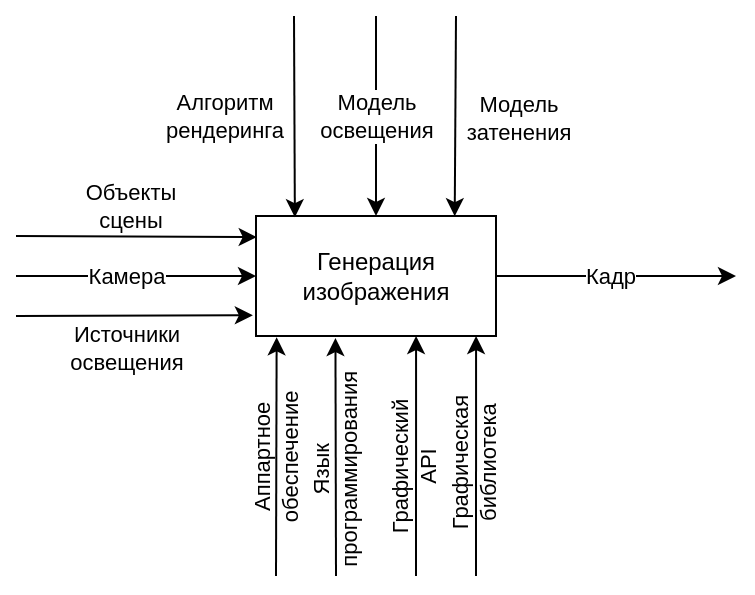
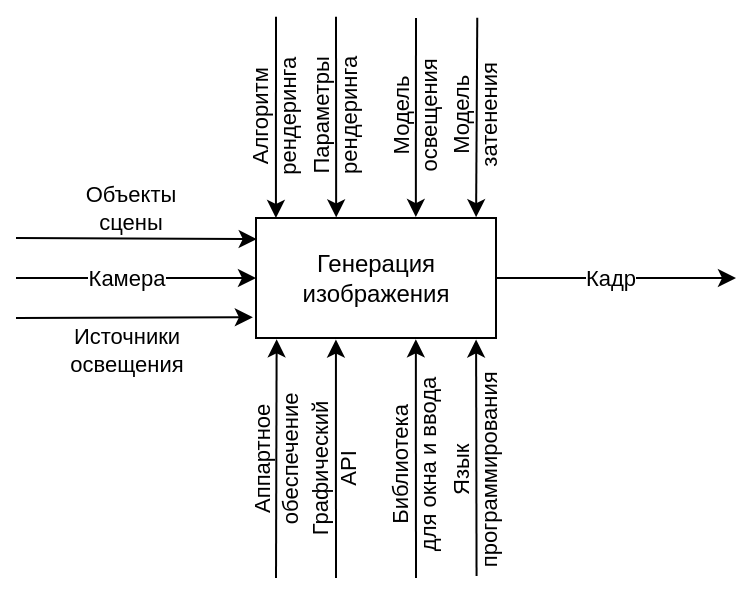
<mxfile host="Electron" agent="Mozilla/5.0 (Windows NT 10.0; Win64; x64) AppleWebKit/537.36 (KHTML, like Gecko) draw.io/26.0.9 Chrome/128.0.6613.186 Electron/32.2.5 Safari/537.36" version="26.0.9">
  <diagram name="Страница-1" id="2fyVKCatskfEmsp0YoDC">
-     <mxGraphModel dx="819" dy="478" grid="1" gridSize="10" guides="1" tooltips="1" connect="1" arrows="1" fold="1" page="1" pageScale="1" pageWidth="827" pageHeight="1169" math="0" shadow="0">
+     <mxGraphModel dx="683" dy="398" grid="1" gridSize="10" guides="1" tooltips="1" connect="1" arrows="1" fold="1" page="1" pageScale="1" pageWidth="827" pageHeight="1169" math="0" shadow="0">
      <root>
        <mxCell id="0" />
        <mxCell id="1" parent="0" />
        <mxCell id="RtDUyJESJapZPVueeXky-1" value="Генерация изображения" style="rounded=0;whiteSpace=wrap;html=1;" parent="1" vertex="1">
          <mxGeometry x="320" y="280" width="120" height="60" as="geometry" />
        </mxCell>
-         <mxCell id="RtDUyJESJapZPVueeXky-2" value="" style="endArrow=classic;html=1;rounded=0;entryX=0.003;entryY=0.176;entryDx=0;entryDy=0;entryPerimeter=0;" parent="1" edge="1" target="RtDUyJESJapZPVueeXky-1">
+         <mxCell id="RtDUyJESJapZPVueeXky-2" value="" style="endArrow=classic;html=1;rounded=0;entryX=0.003;entryY=0.176;entryDx=0;entryDy=0;entryPerimeter=0;" parent="1" target="RtDUyJESJapZPVueeXky-1" edge="1">
          <mxGeometry width="50" height="50" relative="1" as="geometry">
            <mxPoint x="200" y="290" as="sourcePoint" />
            <mxPoint x="309.9999999999999" y="290.0000000000001" as="targetPoint" />
          </mxGeometry>
        </mxCell>
        <mxCell id="RtDUyJESJapZPVueeXky-3" value="Объекты&lt;div&gt;сцены&lt;/div&gt;" style="edgeLabel;html=1;align=center;verticalAlign=middle;resizable=0;points=[];" parent="RtDUyJESJapZPVueeXky-2" vertex="1" connectable="0">
          <mxGeometry x="0.0936" relative="1" as="geometry">
            <mxPoint x="-9" y="-16" as="offset" />
          </mxGeometry>
        </mxCell>
-         <mxCell id="RtDUyJESJapZPVueeXky-4" value="" style="endArrow=classic;html=1;rounded=0;entryX=0;entryY=0.5;entryDx=0;entryDy=0;" parent="1" edge="1" target="RtDUyJESJapZPVueeXky-1">
+         <mxCell id="RtDUyJESJapZPVueeXky-4" value="" style="endArrow=classic;html=1;rounded=0;entryX=0;entryY=0.5;entryDx=0;entryDy=0;" parent="1" target="RtDUyJESJapZPVueeXky-1" edge="1">
          <mxGeometry width="50" height="50" relative="1" as="geometry">
            <mxPoint x="200" y="310" as="sourcePoint" />
            <mxPoint x="309.9999999999999" y="309.66000000000014" as="targetPoint" />
          </mxGeometry>
        </mxCell>
        <mxCell id="RtDUyJESJapZPVueeXky-5" value="Камера" style="edgeLabel;html=1;align=center;verticalAlign=middle;resizable=0;points=[];" parent="RtDUyJESJapZPVueeXky-4" vertex="1" connectable="0">
          <mxGeometry x="0.0936" relative="1" as="geometry">
            <mxPoint x="-11" as="offset" />
          </mxGeometry>
        </mxCell>
-         <mxCell id="RtDUyJESJapZPVueeXky-9" value="" style="endArrow=classic;html=1;rounded=0;entryX=-0.013;entryY=0.827;entryDx=0;entryDy=0;entryPerimeter=0;" parent="1" edge="1" target="RtDUyJESJapZPVueeXky-1">
+         <mxCell id="RtDUyJESJapZPVueeXky-9" value="" style="endArrow=classic;html=1;rounded=0;entryX=-0.013;entryY=0.827;entryDx=0;entryDy=0;entryPerimeter=0;" parent="1" target="RtDUyJESJapZPVueeXky-1" edge="1">
          <mxGeometry width="50" height="50" relative="1" as="geometry">
            <mxPoint x="200" y="330" as="sourcePoint" />
            <mxPoint x="309.9999999999999" y="330.0000000000001" as="targetPoint" />
          </mxGeometry>
        </mxCell>
        <mxCell id="RtDUyJESJapZPVueeXky-10" value="Источники&lt;div&gt;освещения&lt;/div&gt;" style="edgeLabel;html=1;align=center;verticalAlign=middle;resizable=0;points=[];" parent="RtDUyJESJapZPVueeXky-9" vertex="1" connectable="0">
          <mxGeometry x="0.0936" relative="1" as="geometry">
            <mxPoint x="-10" y="16" as="offset" />
          </mxGeometry>
        </mxCell>
-         <mxCell id="gg6JGC3LVfdBjVk-W4qx-1" value="" style="endArrow=classic;html=1;rounded=0;entryX=0.162;entryY=0.01;entryDx=0;entryDy=0;entryPerimeter=0;" edge="1" parent="1" target="RtDUyJESJapZPVueeXky-1">
+         <mxCell id="gg6JGC3LVfdBjVk-W4qx-1" value="" style="endArrow=classic;html=1;rounded=0;entryX=0.083;entryY=0;entryDx=0;entryDy=0;entryPerimeter=0;" parent="1" target="RtDUyJESJapZPVueeXky-1" edge="1">
          <mxGeometry width="50" height="50" relative="1" as="geometry">
-             <mxPoint x="339" y="180" as="sourcePoint" />
-             <mxPoint x="340" y="280" as="targetPoint" />
+             <mxPoint x="330" y="179.4" as="sourcePoint" />
+             <mxPoint x="330" y="270" as="targetPoint" />
          </mxGeometry>
        </mxCell>
-         <mxCell id="gg6JGC3LVfdBjVk-W4qx-5" value="Алгоритм&lt;div&gt;рендеринга&lt;/div&gt;" style="edgeLabel;html=1;align=center;verticalAlign=middle;resizable=0;points=[];" vertex="1" connectable="0" parent="gg6JGC3LVfdBjVk-W4qx-1">
+         <mxCell id="gg6JGC3LVfdBjVk-W4qx-5" value="Алгоритм&lt;div&gt;рендеринга&lt;/div&gt;" style="edgeLabel;html=1;align=center;verticalAlign=middle;resizable=0;points=[];rotation=270;labelBackgroundColor=none;" parent="gg6JGC3LVfdBjVk-W4qx-1" vertex="1" connectable="0">
          <mxGeometry x="0.11" y="2" relative="1" as="geometry">
-             <mxPoint x="-37" y="-6" as="offset" />
+             <mxPoint x="-3" y="-6" as="offset" />
          </mxGeometry>
        </mxCell>
-         <mxCell id="gg6JGC3LVfdBjVk-W4qx-3" value="" style="endArrow=classic;html=1;rounded=0;exitX=1;exitY=0.5;exitDx=0;exitDy=0;" edge="1" parent="1" source="RtDUyJESJapZPVueeXky-1">
+         <mxCell id="gg6JGC3LVfdBjVk-W4qx-3" value="" style="endArrow=classic;html=1;rounded=0;exitX=1;exitY=0.5;exitDx=0;exitDy=0;" parent="1" source="RtDUyJESJapZPVueeXky-1" edge="1">
          <mxGeometry width="50" height="50" relative="1" as="geometry">
            <mxPoint x="440" y="310.14" as="sourcePoint" />
            <mxPoint x="560" y="310" as="targetPoint" />
          </mxGeometry>
        </mxCell>
-         <mxCell id="gg6JGC3LVfdBjVk-W4qx-4" value="Кадр" style="edgeLabel;html=1;align=center;verticalAlign=middle;resizable=0;points=[];" vertex="1" connectable="0" parent="gg6JGC3LVfdBjVk-W4qx-3">
+         <mxCell id="gg6JGC3LVfdBjVk-W4qx-4" value="Кадр" style="edgeLabel;html=1;align=center;verticalAlign=middle;resizable=0;points=[];" parent="gg6JGC3LVfdBjVk-W4qx-3" vertex="1" connectable="0">
          <mxGeometry x="0.0936" relative="1" as="geometry">
            <mxPoint x="-9" as="offset" />
          </mxGeometry>
        </mxCell>
-         <mxCell id="gg6JGC3LVfdBjVk-W4qx-6" value="" style="endArrow=classic;html=1;rounded=0;entryX=0.5;entryY=0;entryDx=0;entryDy=0;" edge="1" parent="1" target="RtDUyJESJapZPVueeXky-1">
+         <mxCell id="gg6JGC3LVfdBjVk-W4qx-6" value="" style="endArrow=classic;html=1;rounded=0;entryX=0.666;entryY=-0.008;entryDx=0;entryDy=0;entryPerimeter=0;" parent="1" target="RtDUyJESJapZPVueeXky-1" edge="1">
          <mxGeometry width="50" height="50" relative="1" as="geometry">
-             <mxPoint x="380" y="180" as="sourcePoint" />
-             <mxPoint x="379.76" y="280" as="targetPoint" />
+             <mxPoint x="400" y="180" as="sourcePoint" />
+             <mxPoint x="400" y="280" as="targetPoint" />
          </mxGeometry>
        </mxCell>
-         <mxCell id="gg6JGC3LVfdBjVk-W4qx-7" value="Модель&lt;div&gt;освещения&lt;/div&gt;" style="edgeLabel;html=1;align=center;verticalAlign=middle;resizable=0;points=[];labelBackgroundColor=default;" vertex="1" connectable="0" parent="gg6JGC3LVfdBjVk-W4qx-6">
+         <mxCell id="gg6JGC3LVfdBjVk-W4qx-7" value="Модель&lt;div&gt;освещения&lt;/div&gt;" style="edgeLabel;html=1;align=center;verticalAlign=middle;resizable=0;points=[];labelBackgroundColor=none;rotation=270;" parent="gg6JGC3LVfdBjVk-W4qx-6" vertex="1" connectable="0">
          <mxGeometry x="0.11" y="2" relative="1" as="geometry">
-             <mxPoint x="-2" y="-6" as="offset" />
+             <mxPoint x="-3" y="-6" as="offset" />
          </mxGeometry>
        </mxCell>
-         <mxCell id="gg6JGC3LVfdBjVk-W4qx-8" value="" style="endArrow=classic;html=1;rounded=0;entryX=0.828;entryY=0.002;entryDx=0;entryDy=0;entryPerimeter=0;" edge="1" parent="1" target="RtDUyJESJapZPVueeXky-1">
+         <mxCell id="gg6JGC3LVfdBjVk-W4qx-8" value="" style="endArrow=classic;html=1;rounded=0;entryX=0.917;entryY=-0.007;entryDx=0;entryDy=0;entryPerimeter=0;" parent="1" target="RtDUyJESJapZPVueeXky-1" edge="1">
          <mxGeometry width="50" height="50" relative="1" as="geometry">
-             <mxPoint x="420" y="180" as="sourcePoint" />
-             <mxPoint x="420" y="280" as="targetPoint" />
+             <mxPoint x="430.64" y="179.88" as="sourcePoint" />
+             <mxPoint x="430" y="270" as="targetPoint" />
          </mxGeometry>
        </mxCell>
-         <mxCell id="gg6JGC3LVfdBjVk-W4qx-9" value="Модель&lt;div&gt;затенения&lt;/div&gt;" style="edgeLabel;html=1;align=center;verticalAlign=middle;resizable=0;points=[];" vertex="1" connectable="0" parent="gg6JGC3LVfdBjVk-W4qx-8">
+         <mxCell id="gg6JGC3LVfdBjVk-W4qx-9" value="Модель&lt;div&gt;затенения&lt;/div&gt;" style="edgeLabel;html=1;align=center;verticalAlign=middle;resizable=0;points=[];labelBackgroundColor=none;rotation=270;" parent="gg6JGC3LVfdBjVk-W4qx-8" vertex="1" connectable="0">
          <mxGeometry x="0.11" y="2" relative="1" as="geometry">
-             <mxPoint x="29" y="-5" as="offset" />
+             <mxPoint x="-3" y="-6" as="offset" />
          </mxGeometry>
        </mxCell>
-         <mxCell id="gg6JGC3LVfdBjVk-W4qx-13" value="" style="endArrow=classic;html=1;rounded=0;entryX=0.917;entryY=1;entryDx=0;entryDy=0;entryPerimeter=0;" edge="1" parent="1" target="RtDUyJESJapZPVueeXky-1">
+         <mxCell id="gg6JGC3LVfdBjVk-W4qx-13" value="" style="endArrow=classic;html=1;rounded=0;entryX=0.666;entryY=1.011;entryDx=0;entryDy=0;entryPerimeter=0;" parent="1" target="RtDUyJESJapZPVueeXky-1" edge="1">
          <mxGeometry width="50" height="50" relative="1" as="geometry">
-             <mxPoint x="430" y="460" as="sourcePoint" />
-             <mxPoint x="430" y="339.9999999999999" as="targetPoint" />
+             <mxPoint x="400" y="460" as="sourcePoint" />
+             <mxPoint x="400" y="350" as="targetPoint" />
          </mxGeometry>
        </mxCell>
-         <mxCell id="gg6JGC3LVfdBjVk-W4qx-14" value="Графическая&lt;div&gt;библиотека&lt;/div&gt;" style="edgeLabel;html=1;align=center;verticalAlign=middle;resizable=0;points=[];rotation=-90;labelBackgroundColor=none;" vertex="1" connectable="0" parent="gg6JGC3LVfdBjVk-W4qx-13">
+         <mxCell id="gg6JGC3LVfdBjVk-W4qx-14" value="&lt;div&gt;Библиотека&lt;/div&gt;&lt;div&gt;для окна и ввода&lt;/div&gt;" style="edgeLabel;html=1;align=center;verticalAlign=middle;resizable=0;points=[];rotation=-90;labelBackgroundColor=none;" parent="gg6JGC3LVfdBjVk-W4qx-13" vertex="1" connectable="0">
          <mxGeometry x="-0.021" relative="1" as="geometry">
            <mxPoint x="-1" y="2" as="offset" />
          </mxGeometry>
        </mxCell>
-         <mxCell id="gg6JGC3LVfdBjVk-W4qx-15" value="" style="endArrow=classic;html=1;rounded=0;entryX=0.331;entryY=1.017;entryDx=0;entryDy=0;entryPerimeter=0;" edge="1" parent="1" target="RtDUyJESJapZPVueeXky-1">
+         <mxCell id="gg6JGC3LVfdBjVk-W4qx-15" value="" style="endArrow=classic;html=1;rounded=0;entryX=0.917;entryY=1.012;entryDx=0;entryDy=0;entryPerimeter=0;" parent="1" target="RtDUyJESJapZPVueeXky-1" edge="1">
          <mxGeometry width="50" height="50" relative="1" as="geometry">
-             <mxPoint x="360" y="460" as="sourcePoint" />
-             <mxPoint x="360.00000000000006" y="339.9999999999999" as="targetPoint" />
+             <mxPoint x="430.28" y="458.98" as="sourcePoint" />
+             <mxPoint x="430" y="350" as="targetPoint" />
          </mxGeometry>
        </mxCell>
-         <mxCell id="gg6JGC3LVfdBjVk-W4qx-16" value="Язык&lt;div&gt;программирования&lt;/div&gt;" style="edgeLabel;html=1;align=center;verticalAlign=middle;resizable=0;points=[];fontSize=11;rotation=-90;labelBackgroundColor=none;" vertex="1" connectable="0" parent="gg6JGC3LVfdBjVk-W4qx-15">
+         <mxCell id="gg6JGC3LVfdBjVk-W4qx-16" value="Язык&lt;div&gt;программирования&lt;/div&gt;" style="edgeLabel;html=1;align=center;verticalAlign=middle;resizable=0;points=[];fontSize=11;rotation=-90;labelBackgroundColor=none;" parent="gg6JGC3LVfdBjVk-W4qx-15" vertex="1" connectable="0">
          <mxGeometry x="-0.021" relative="1" as="geometry">
            <mxPoint x="-1" y="5" as="offset" />
          </mxGeometry>
        </mxCell>
-         <mxCell id="gg6JGC3LVfdBjVk-W4qx-19" value="" style="endArrow=classic;html=1;rounded=0;entryX=0.667;entryY=1;entryDx=0;entryDy=0;entryPerimeter=0;" edge="1" parent="1" target="RtDUyJESJapZPVueeXky-1">
+         <mxCell id="gg6JGC3LVfdBjVk-W4qx-19" value="" style="endArrow=classic;html=1;rounded=0;entryX=0.333;entryY=1.013;entryDx=0;entryDy=0;entryPerimeter=0;" parent="1" target="RtDUyJESJapZPVueeXky-1" edge="1">
          <mxGeometry width="50" height="50" relative="1" as="geometry">
-             <mxPoint x="400" y="460" as="sourcePoint" />
-             <mxPoint x="400" y="340" as="targetPoint" />
+             <mxPoint x="360" y="460" as="sourcePoint" />
+             <mxPoint x="360.03999999999996" y="340" as="targetPoint" />
          </mxGeometry>
        </mxCell>
-         <mxCell id="gg6JGC3LVfdBjVk-W4qx-20" value="Графический&lt;div&gt;API&lt;/div&gt;" style="edgeLabel;html=1;align=center;verticalAlign=middle;resizable=0;points=[];rotation=-90;labelBackgroundColor=none;" vertex="1" connectable="0" parent="gg6JGC3LVfdBjVk-W4qx-19">
+         <mxCell id="gg6JGC3LVfdBjVk-W4qx-20" value="Графический&lt;div&gt;API&lt;/div&gt;" style="edgeLabel;html=1;align=center;verticalAlign=middle;resizable=0;points=[];rotation=-90;labelBackgroundColor=none;" parent="gg6JGC3LVfdBjVk-W4qx-19" vertex="1" connectable="0">
          <mxGeometry x="-0.021" relative="1" as="geometry">
            <mxPoint x="-1" y="4" as="offset" />
          </mxGeometry>
        </mxCell>
-         <mxCell id="gg6JGC3LVfdBjVk-W4qx-23" value="" style="endArrow=classic;html=1;rounded=0;entryX=0.086;entryY=1.011;entryDx=0;entryDy=0;entryPerimeter=0;" edge="1" parent="1" target="RtDUyJESJapZPVueeXky-1">
+         <mxCell id="gg6JGC3LVfdBjVk-W4qx-23" value="" style="endArrow=classic;html=1;rounded=0;entryX=0.086;entryY=1.011;entryDx=0;entryDy=0;entryPerimeter=0;" parent="1" target="RtDUyJESJapZPVueeXky-1" edge="1">
          <mxGeometry width="50" height="50" relative="1" as="geometry">
            <mxPoint x="330" y="460" as="sourcePoint" />
            <mxPoint x="330" y="350" as="targetPoint" />
          </mxGeometry>
        </mxCell>
-         <mxCell id="gg6JGC3LVfdBjVk-W4qx-24" value="Аппартное&lt;div&gt;обеспечение&lt;/div&gt;" style="edgeLabel;html=1;align=center;verticalAlign=middle;resizable=0;points=[];rotation=-90;labelBackgroundColor=none;" vertex="1" connectable="0" parent="gg6JGC3LVfdBjVk-W4qx-23">
+         <mxCell id="gg6JGC3LVfdBjVk-W4qx-24" value="Аппартное&lt;div&gt;обеспечение&lt;/div&gt;" style="edgeLabel;html=1;align=center;verticalAlign=middle;resizable=0;points=[];rotation=-90;labelBackgroundColor=none;" parent="gg6JGC3LVfdBjVk-W4qx-23" vertex="1" connectable="0">
          <mxGeometry x="-0.021" relative="1" as="geometry">
            <mxPoint y="-1" as="offset" />
+           </mxGeometry>
+         </mxCell>
+         <mxCell id="GkBGaVwkq_11_QmBEK5W-1" value="" style="endArrow=classic;html=1;rounded=0;entryX=0.334;entryY=-0.005;entryDx=0;entryDy=0;entryPerimeter=0;" edge="1" parent="1" target="RtDUyJESJapZPVueeXky-1">
+           <mxGeometry width="50" height="50" relative="1" as="geometry">
+             <mxPoint x="360" y="179.4" as="sourcePoint" />
+             <mxPoint x="360" y="270" as="targetPoint" />
+           </mxGeometry>
+         </mxCell>
+         <mxCell id="GkBGaVwkq_11_QmBEK5W-2" value="Параметры&lt;div&gt;рендеринга&lt;/div&gt;" style="edgeLabel;html=1;align=center;verticalAlign=middle;resizable=0;points=[];rotation=270;labelBackgroundColor=none;" vertex="1" connectable="0" parent="GkBGaVwkq_11_QmBEK5W-1">
+           <mxGeometry x="0.11" y="2" relative="1" as="geometry">
+             <mxPoint x="-3" y="-6" as="offset" />
          </mxGeometry>
        </mxCell>
      </root>
    </mxGraphModel>
  </diagram>
</mxfile>
